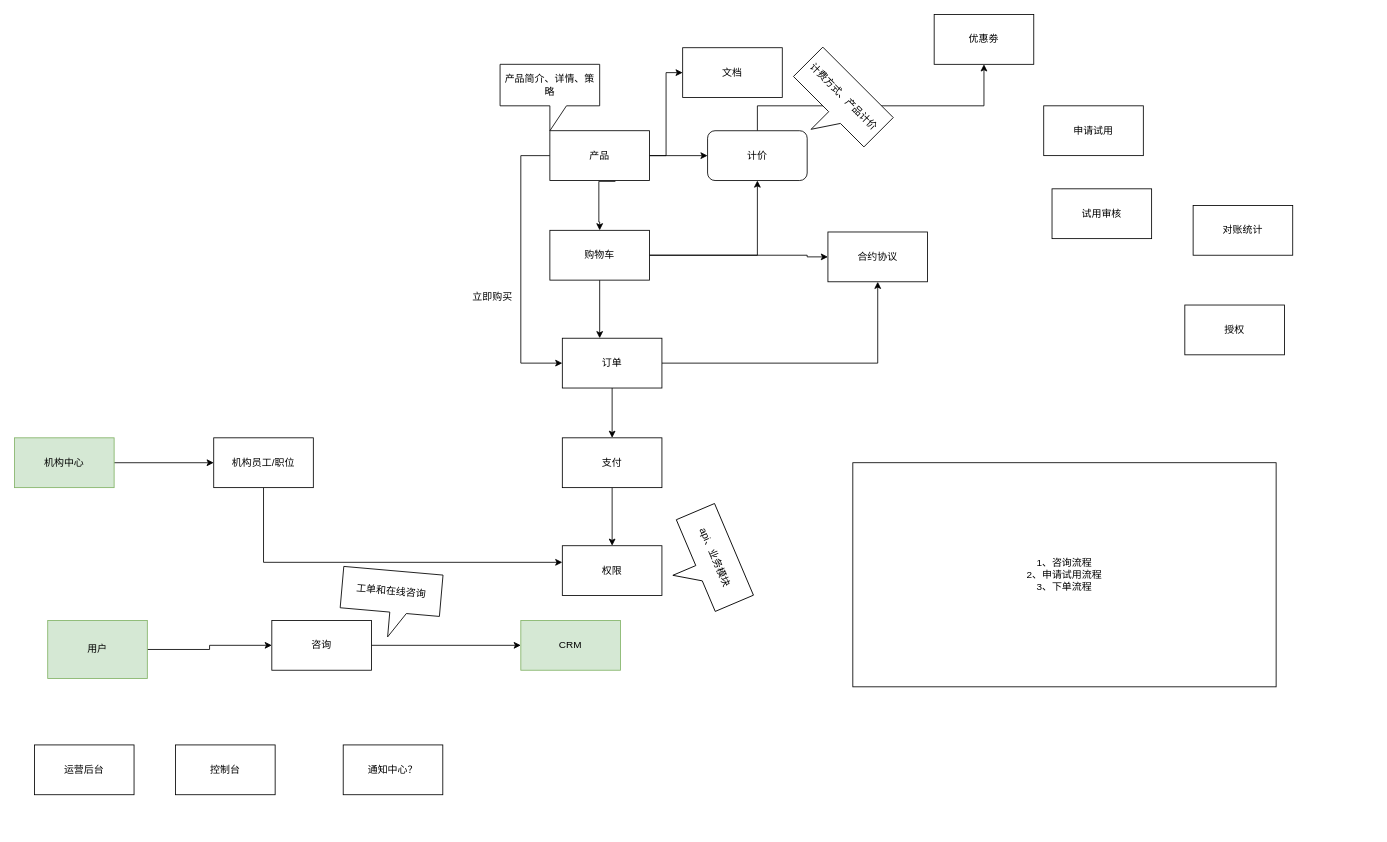
liaosg/test keeps this draw.io diagram as 微医云模块.drawio. Above is the earlier version. Source tidied: cells renumbered, new cells numbered last; positions are measured from the earlier drawing's top-left corner, leaving out a move shared by most shapes. Both pictures are drawn from the tidied source at 83%, with x=0, y=0 at pixel (14, 14).
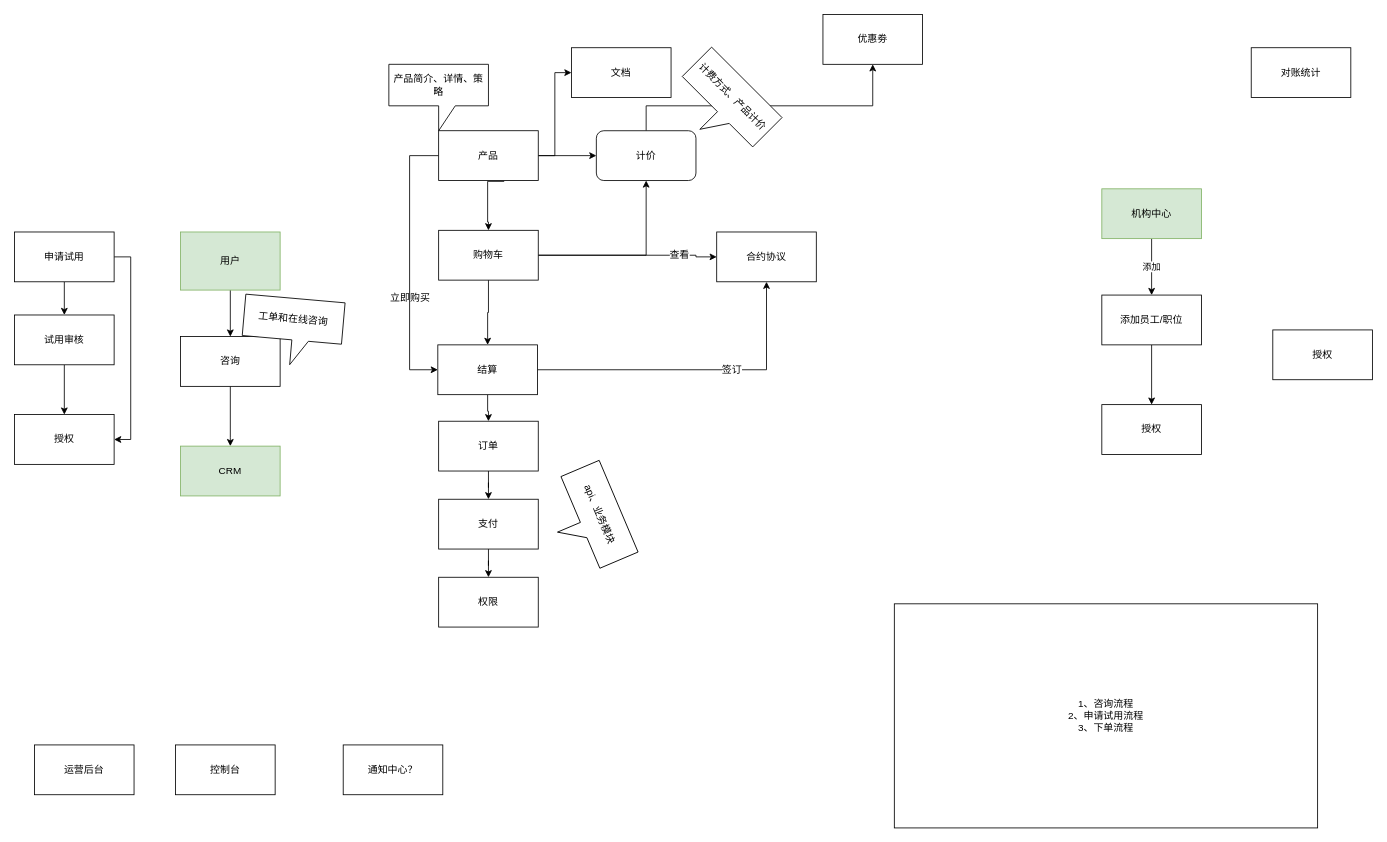
The same page after the edit.

Commit message:
Update 微医云模块.drawio

Diff of the diagram source:
```diff
@@
     <mxCell id="2" value="文档" style="rounded=0;whiteSpace=wrap;html=1;" parent="1" vertex="1">
-      <mxGeometry x="805" y="40" width="120" height="60" as="geometry" />
+      <mxGeometry x="671" y="40" width="120" height="60" as="geometry" />
     </mxCell>
@@
-    <mxCell id="4" style="edgeStyle=orthogonalEdgeStyle;rounded=0;jettySize=auto;html=1;entryX=0.5;entryY=1;entryDx=0;entryDy=0;" parent="1" edge="1" source="5" target="21">
+    <mxCell id="4" style="edgeStyle=orthogonalEdgeStyle;rounded=0;jettySize=auto;html=1;entryX=0.5;entryY=1;entryDx=0;entryDy=0;exitX=1;exitY=0.5;exitDx=0;exitDy=0;" parent="1" edge="1" source="53" target="21">
       <mxGeometry relative="1" as="geometry" />
     </mxCell>
+    <mxCell id="44" value="签订" style="text;html=1;align=center;verticalAlign=middle;labelBackgroundColor=#ffffff;" parent="4" vertex="1">
+      <mxGeometry x="0.22" y="1" relative="1" as="geometry" />
+    </mxCell>
     <mxCell id="5" value="订单" style="rounded=0;whiteSpace=wrap;html=1;" parent="1" vertex="1">
-      <mxGeometry x="660" y="390" width="120" height="60" as="geometry" />
+      <mxGeometry x="511" y="490" width="120" height="60" as="geometry" />
     </mxCell>
@@
-    <mxCell id="8" style="edgeStyle=orthogonalEdgeStyle;rounded=0;jettySize=auto;html=1;exitX=0;exitY=0.5;exitDx=0;exitDy=0;" parent="1" edge="1" source="10">
+    <mxCell id="8" style="edgeStyle=orthogonalEdgeStyle;rounded=0;jettySize=auto;html=1;exitX=0;exitY=0.5;exitDx=0;exitDy=0;entryX=0;entryY=0.5;entryDx=0;entryDy=0;" parent="1" edge="1" source="10" target="53">
       <mxGeometry relative="1" as="geometry">
-        <mxPoint x="660" y="420" as="targetPoint" />
         <Array as="points">
-          <mxPoint x="610" y="170" />
-          <mxPoint x="610" y="420" />
+          <mxPoint x="476" y="170" />
+          <mxPoint x="476" y="428" />
         </Array>
       </mxGeometry>
     </mxCell>
     <mxCell id="9" style="edgeStyle=orthogonalEdgeStyle;rounded=0;jettySize=auto;html=1;entryX=0.5;entryY=0;entryDx=0;entryDy=0;exitX=0.658;exitY=1.017;exitDx=0;exitDy=0;exitPerimeter=0;" parent="1" edge="1" source="10" target="14">
       <mxGeometry relative="1" as="geometry">
         <Array as="points">
-          <mxPoint x="704" y="250" />
-          <mxPoint x="705" y="250" />
+          <mxPoint x="570" y="250" />
+          <mxPoint x="571" y="250" />
         </Array>
       </mxGeometry>
     </mxCell>
     <mxCell id="10" value="产品" style="rounded=0;whiteSpace=wrap;html=1;" parent="1" vertex="1">
-      <mxGeometry x="645" y="140" width="120" height="60" as="geometry" />
+      <mxGeometry x="511" y="140" width="120" height="60" as="geometry" />
     </mxCell>
     <mxCell id="11" style="edgeStyle=orthogonalEdgeStyle;rounded=0;jettySize=auto;html=1;entryX=0;entryY=0.5;entryDx=0;entryDy=0;exitX=1;exitY=0.5;exitDx=0;exitDy=0;" parent="1" edge="1" source="14" target="21">
       <mxGeometry relative="1" as="geometry">
         <Array as="points">
-          <mxPoint x="955" y="290" />
-          <mxPoint x="955" y="292" />
+          <mxPoint x="821" y="290" />
+          <mxPoint x="821" y="292" />
         </Array>
       </mxGeometry>
     </mxCell>
+    <mxCell id="45" value="查看" style="text;html=1;align=center;verticalAlign=middle;labelBackgroundColor=#ffffff;" parent="11" vertex="1">
+      <mxGeometry x="0.56" y="1" relative="1" as="geometry" />
+    </mxCell>
-    <mxCell id="12" style="edgeStyle=orthogonalEdgeStyle;rounded=0;jettySize=auto;html=1;" parent="1" edge="1" source="14" target="5">
-      <mxGeometry relative="1" as="geometry">
-        <Array as="points">
-          <mxPoint x="720" y="290" />
-        </Array>
-      </mxGeometry>
+    <mxCell id="12" style="edgeStyle=orthogonalEdgeStyle;rounded=0;jettySize=auto;html=1;" parent="1" edge="1" source="14" target="53">
+      <mxGeometry relative="1" as="geometry" />
     </mxCell>
@@
     <mxCell id="14" value="购物车" style="rounded=0;whiteSpace=wrap;html=1;" parent="1" vertex="1">
-      <mxGeometry x="645" y="260" width="120" height="60" as="geometry" />
+      <mxGeometry x="511" y="260" width="120" height="60" as="geometry" />
     </mxCell>
     <mxCell id="15" value="产品简介、详情、策略" style="shape=callout;whiteSpace=wrap;html=1;perimeter=calloutPerimeter;" parent="1" vertex="1">
-      <mxGeometry x="585" y="60" width="120" height="80" as="geometry" />
+      <mxGeometry x="451" y="60" width="120" height="80" as="geometry" />
     </mxCell>
     <mxCell id="16" style="edgeStyle=orthogonalEdgeStyle;rounded=0;jettySize=auto;html=1;" parent="1" edge="1" source="17" target="42">
       <mxGeometry relative="1" as="geometry">
         <Array as="points">
-          <mxPoint x="895" y="110" />
-          <mxPoint x="1168" y="110" />
+          <mxPoint x="761" y="110" />
+          <mxPoint x="1034" y="110" />
         </Array>
       </mxGeometry>
     </mxCell>
     <mxCell id="17" value="计价" style="rounded=1;whiteSpace=wrap;html=1;" parent="1" vertex="1">
-      <mxGeometry x="835" y="140" width="120" height="60" as="geometry" />
+      <mxGeometry x="701" y="140" width="120" height="60" as="geometry" />
     </mxCell>
     <mxCell id="18" value="计费方式、产品计价" style="shape=callout;whiteSpace=wrap;html=1;perimeter=calloutPerimeter;rotation=45;" parent="1" vertex="1">
-      <mxGeometry x="928" y="70" width="120" height="80" as="geometry" />
+      <mxGeometry x="794" y="70" width="120" height="80" as="geometry" />
     </mxCell>
@@
     <mxCell id="20" value="支付" style="rounded=0;whiteSpace=wrap;html=1;" parent="1" vertex="1">
-      <mxGeometry x="660" y="510" width="120" height="60" as="geometry" />
+      <mxGeometry x="511" y="584" width="120" height="60" as="geometry" />
     </mxCell>
     <mxCell id="21" value="合约协议" style="rounded=0;whiteSpace=wrap;html=1;" parent="1" vertex="1">
-      <mxGeometry x="980" y="262" width="120" height="60" as="geometry" />
+      <mxGeometry x="846" y="262" width="120" height="60" as="geometry" />
     </mxCell>
     <mxCell id="22" value="权限" style="rounded=0;whiteSpace=wrap;html=1;" parent="1" vertex="1">
-      <mxGeometry x="660" y="640" width="120" height="60" as="geometry" />
+      <mxGeometry x="511" y="678" width="120" height="60" as="geometry" />
     </mxCell>
-    <mxCell id="23" style="edgeStyle=orthogonalEdgeStyle;rounded=0;jettySize=auto;html=1;entryX=0;entryY=0.5;entryDx=0;entryDy=0;" parent="1" edge="1" source="24" target="25">
-      <mxGeometry relative="1" as="geometry" />
+    <mxCell id="23" style="edgeStyle=orthogonalEdgeStyle;rounded=0;jettySize=auto;html=1;entryX=0.5;entryY=0;entryDx=0;entryDy=0;" parent="1" edge="1" source="24" target="25">
+      <mxGeometry relative="1" as="geometry">
+        <Array as="points">
+          <mxPoint x="260" y="510" />
+        </Array>
+      </mxGeometry>
     </mxCell>
     <mxCell id="24" value="咨询" style="rounded=0;whiteSpace=wrap;html=1;" parent="1" vertex="1">
-      <mxGeometry x="310" y="730" width="120" height="60" as="geometry" />
+      <mxGeometry x="200" y="388" width="120" height="60" as="geometry" />
     </mxCell>
     <mxCell id="25" value="CRM" style="rounded=0;whiteSpace=wrap;html=1;fillColor=#d5e8d4;strokeColor=#82b366;" parent="1" vertex="1">
-      <mxGeometry x="610" y="730" width="120" height="60" as="geometry" />
+      <mxGeometry x="200" y="520" width="120" height="60" as="geometry" />
     </mxCell>
-    <mxCell id="26" style="edgeStyle=orthogonalEdgeStyle;rounded=0;jettySize=auto;html=1;" parent="1" edge="1" source="27" target="22">
-      <mxGeometry relative="1" as="geometry">
-        <Array as="points">
-          <mxPoint x="300" y="660" />
-        </Array>
-      </mxGeometry>
-    </mxCell>
+    <mxCell id="46" style="edgeStyle=orthogonalEdgeStyle;rounded=0;jettySize=auto;html=1;" parent="1" edge="1" source="27" target="50">
+      <mxGeometry relative="1" as="geometry" />
+    </mxCell>
-    <mxCell id="27" value="机构员工/职位" style="rounded=0;whiteSpace=wrap;html=1;" parent="1" vertex="1">
-      <mxGeometry x="240" y="510" width="120" height="60" as="geometry" />
+    <mxCell id="27" value="添加员工/职位" style="rounded=0;whiteSpace=wrap;html=1;" parent="1" vertex="1">
+      <mxGeometry x="1310" y="338" width="120" height="60" as="geometry" />
     </mxCell>
-    <mxCell id="28" style="edgeStyle=orthogonalEdgeStyle;rounded=0;jettySize=auto;html=1;" parent="1" edge="1" source="29" target="27">
+    <mxCell id="28" value="添加" style="edgeStyle=orthogonalEdgeStyle;rounded=0;jettySize=auto;html=1;" parent="1" edge="1" source="29" target="27">
       <mxGeometry relative="1" as="geometry" />
     </mxCell>
     <mxCell id="29" value="机构中心" style="rounded=0;whiteSpace=wrap;html=1;fillColor=#d5e8d4;strokeColor=#82b366;" parent="1" vertex="1">
-      <mxGeometry y="510" width="120" height="60" as="geometry" />
+      <mxGeometry x="1310" y="210" width="120" height="60" as="geometry" />
     </mxCell>
@@
     <mxCell id="33" value="用户" style="rounded=0;whiteSpace=wrap;html=1;fillColor=#d5e8d4;strokeColor=#82b366;" parent="1" vertex="1">
-      <mxGeometry x="40" y="730" width="120" height="70" as="geometry" />
+      <mxGeometry x="200" y="262" width="120" height="70" as="geometry" />
     </mxCell>
@@
     <mxCell id="35" value="api、业务模块" style="shape=callout;whiteSpace=wrap;html=1;perimeter=calloutPerimeter;rotation=67;" parent="1" vertex="1">
-      <mxGeometry x="770" y="620" width="120" height="80" as="geometry" />
+      <mxGeometry x="631" y="568" width="120" height="80" as="geometry" />
     </mxCell>
     <mxCell id="36" value="对账统计" style="rounded=0;whiteSpace=wrap;html=1;" parent="1" vertex="1">
-      <mxGeometry x="1420" y="230" width="120" height="60" as="geometry" />
+      <mxGeometry x="1490" y="40" width="120" height="60" as="geometry" />
     </mxCell>
+    <mxCell id="47" style="edgeStyle=orthogonalEdgeStyle;rounded=0;jettySize=auto;html=1;" parent="1" edge="1" source="37" target="38">
+      <mxGeometry relative="1" as="geometry" />
+    </mxCell>
+    <mxCell id="48" style="edgeStyle=orthogonalEdgeStyle;rounded=0;jettySize=auto;html=1;entryX=1;entryY=0.5;entryDx=0;entryDy=0;" parent="1" edge="1" source="37" target="51">
+      <mxGeometry relative="1" as="geometry">
+        <Array as="points">
+          <mxPoint x="140" y="292" />
+          <mxPoint x="140" y="512" />
+        </Array>
+      </mxGeometry>
+    </mxCell>
     <mxCell id="37" value="申请试用" style="rounded=0;whiteSpace=wrap;html=1;" parent="1" vertex="1">
-      <mxGeometry x="1240" y="110" width="120" height="60" as="geometry" />
+      <mxGeometry y="262" width="120" height="60" as="geometry" />
     </mxCell>
+    <mxCell id="49" style="edgeStyle=orthogonalEdgeStyle;rounded=0;jettySize=auto;html=1;" parent="1" edge="1" source="38" target="51">
+      <mxGeometry relative="1" as="geometry" />
+    </mxCell>
     <mxCell id="38" value="试用审核" style="rounded=0;whiteSpace=wrap;html=1;" parent="1" vertex="1">
-      <mxGeometry x="1250" y="210" width="120" height="60" as="geometry" />
+      <mxGeometry y="362" width="120" height="60" as="geometry" />
     </mxCell>
     <mxCell id="39" value="授权" style="rounded=0;whiteSpace=wrap;html=1;" parent="1" vertex="1">
-      <mxGeometry x="1410" y="350" width="120" height="60" as="geometry" />
+      <mxGeometry x="1516" y="380" width="120" height="60" as="geometry" />
     </mxCell>
     <mxCell id="40" value="工单和在线咨询" style="shape=callout;whiteSpace=wrap;html=1;perimeter=calloutPerimeter;rotation=5;" parent="1" vertex="1">
-      <mxGeometry x="393" y="670" width="120" height="80" as="geometry" />
+      <mxGeometry x="275" y="342" width="120" height="80" as="geometry" />
     </mxCell>
     <mxCell id="41" value="1、咨询流程&lt;br&gt;2、申请试用流程&lt;br&gt;3、下单流程" style="rounded=0;whiteSpace=wrap;html=1;" parent="1" vertex="1">
-      <mxGeometry x="1010" y="540" width="510" height="270" as="geometry" />
+      <mxGeometry x="1060" y="710" width="510" height="270" as="geometry" />
     </mxCell>
     <mxCell id="42" value="优惠劵" style="rounded=0;whiteSpace=wrap;html=1;" parent="1" vertex="1">
-      <mxGeometry x="1108" width="120" height="60" as="geometry" />
+      <mxGeometry x="974" width="120" height="60" as="geometry" />
     </mxCell>
     <mxCell id="43" value="立即购买" style="text;html=1;align=left;verticalAlign=top;spacingTop=-4;" parent="1" vertex="1">
-      <mxGeometry x="550" y="330" width="90" height="20" as="geometry" />
+      <mxGeometry x="451" y="332" width="90" height="20" as="geometry" />
     </mxCell>
+    <mxCell id="50" value="授权" style="rounded=0;whiteSpace=wrap;html=1;" parent="1" vertex="1">
+      <mxGeometry x="1310" y="470" width="120" height="60" as="geometry" />
+    </mxCell>
+    <mxCell id="51" value="授权" style="rounded=0;whiteSpace=wrap;html=1;" parent="1" vertex="1">
+      <mxGeometry y="482" width="120" height="60" as="geometry" />
+    </mxCell>
+    <mxCell id="52" style="edgeStyle=orthogonalEdgeStyle;rounded=0;jettySize=auto;html=1;entryX=0.5;entryY=0;entryDx=0;entryDy=0;" parent="1" edge="1" source="53" target="5">
+      <mxGeometry relative="1" as="geometry" />
+    </mxCell>
+    <mxCell id="53" value="结算" style="rounded=0;whiteSpace=wrap;html=1;" parent="1" vertex="1">
+      <mxGeometry x="510" y="398" width="120" height="60" as="geometry" />
+    </mxCell>
```
